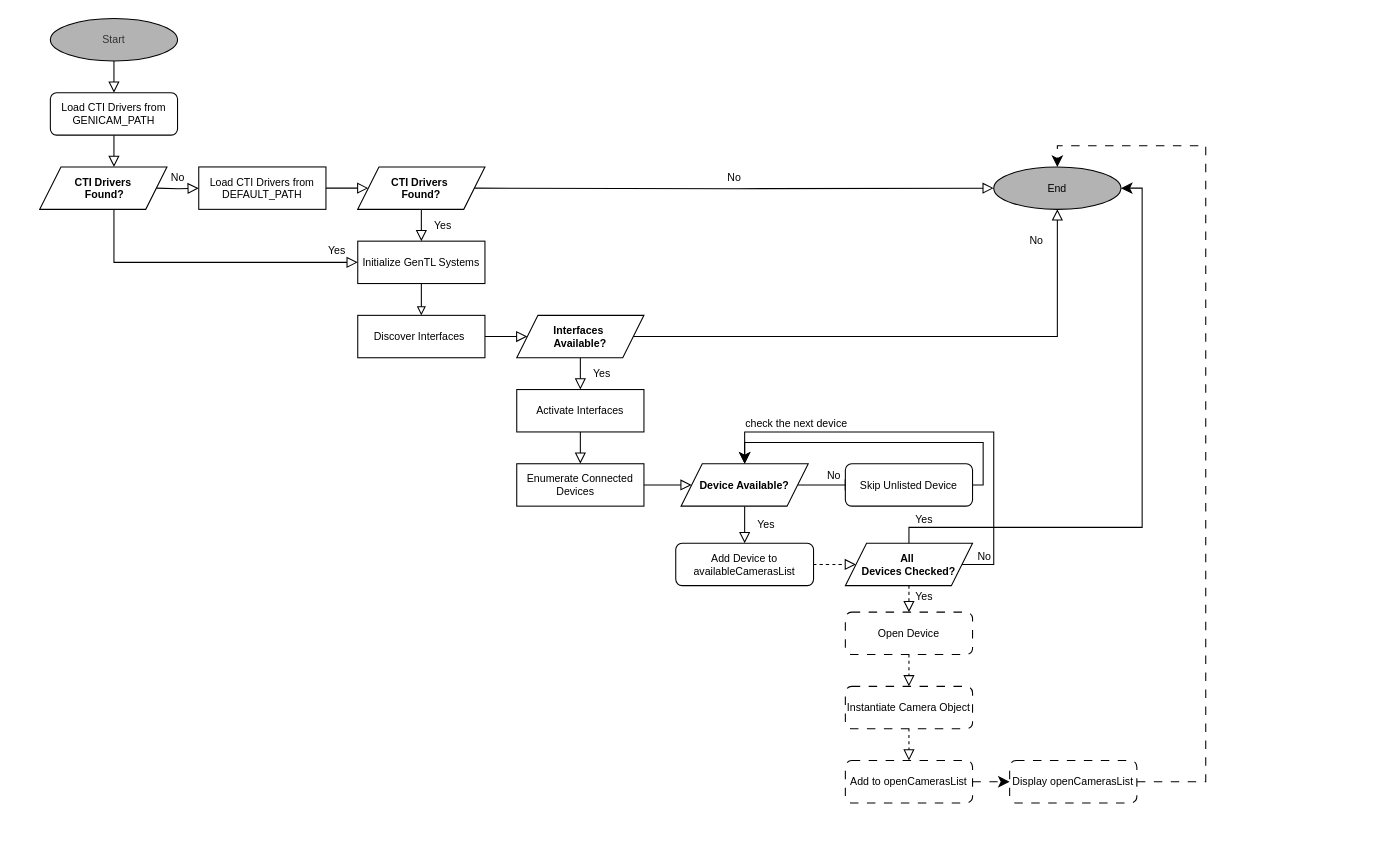
Before: draw.io/Untitled Diagram.drawio in Yessminech/Bachelor_Thesis, a draw.io diagram. Source tidied: cells renumbered, new cells numbered last; positions are measured from the earlier drawing's top-left corner, leaving out a move shared by most shapes. Both pictures are drawn from the tidied source at 106%, with x=0, y=0 at pixel (39, 18).
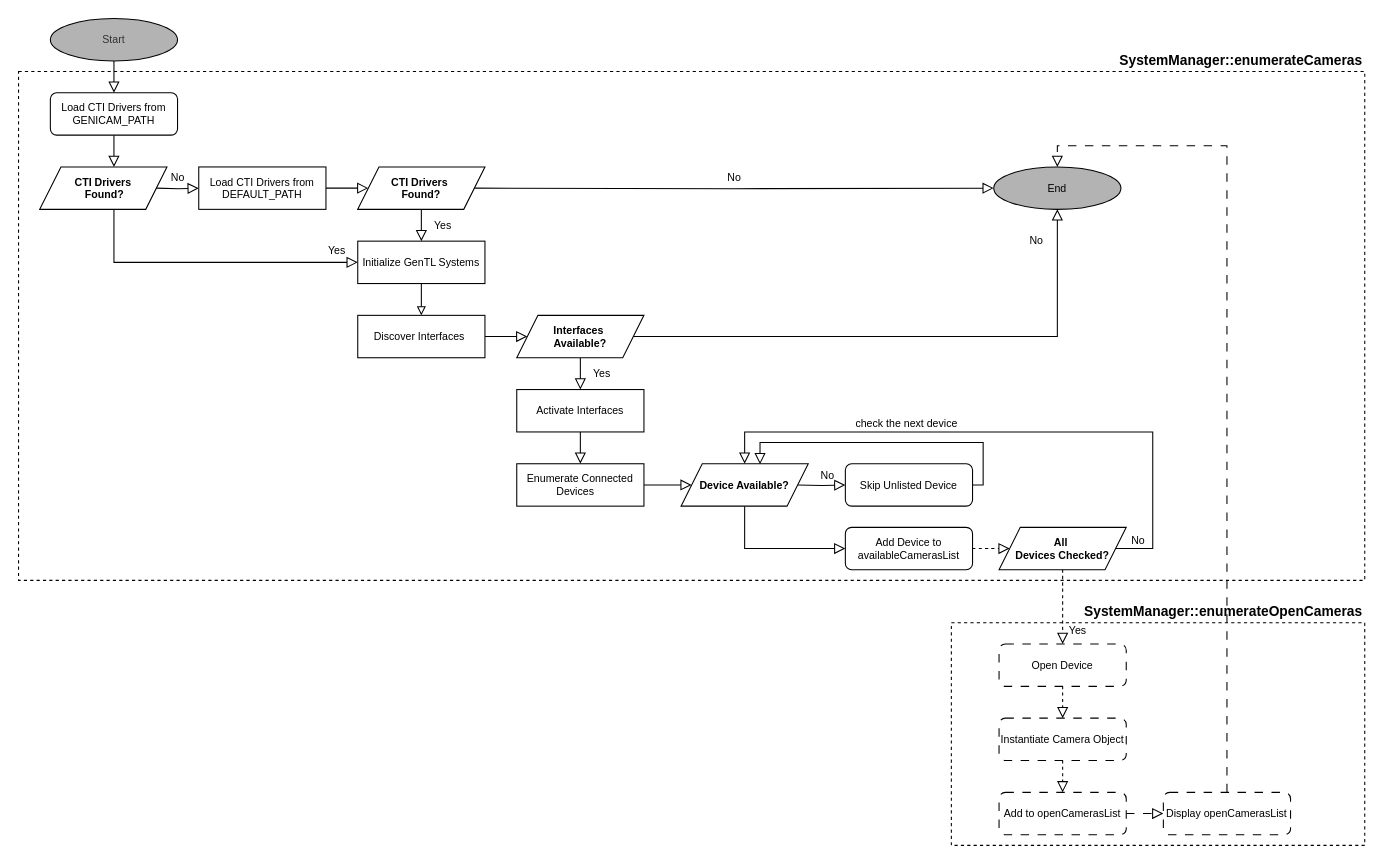
After the change.

The change refers to these unchanged cells:
```xml
<mxCell id="27" value="Skip Unlisted Device" style="rounded=1;whiteSpace=wrap;html=1;fontSize=10;glass=0;strokeWidth=1;shadow=0;fontFamily=Helvetica;align=center;verticalAlign=middle;" parent="1" vertex="1">
  <mxGeometry x="760" y="420" width="120" height="40" as="geometry" />
</mxCell>
<mxCell id="31" value="End" style="ellipse;whiteSpace=wrap;html=1;fillColor=#B3B3B3;align=center;verticalAlign=middle;fontSize=10;" parent="1" vertex="1">
  <mxGeometry x="900" y="140" width="120" height="40" as="geometry" />
</mxCell>
<mxCell id="32" value="&lt;font&gt;Device Available?&lt;/font&gt;" style="shape=parallelogram;perimeter=parallelogramPerimeter;whiteSpace=wrap;html=1;fixedSize=1;align=center;verticalAlign=middle;fontSize=10;fontStyle=1;" parent="1" vertex="1">
  <mxGeometry x="605" y="420" width="120" height="40" as="geometry" />
</mxCell>
```

The edit, as a diff of the source:
```diff
@@
-    <mxCell id="21" style="edgeStyle=orthogonalEdgeStyle;rounded=0;orthogonalLoop=1;jettySize=auto;html=1;endArrow=block;endFill=0;fontFamily=Helvetica;endSize=8;startSize=8;align=center;verticalAlign=middle;fontSize=10;" parent="1" edge="1">
+    <mxCell id="21" style="edgeStyle=orthogonalEdgeStyle;rounded=0;jettySize=auto;html=1;endArrow=block;endFill=0;fontFamily=Helvetica;endSize=8;startSize=8;align=center;verticalAlign=middle;fontSize=10;entryX=0;entryY=0.5;entryDx=0;entryDy=0;" parent="1" edge="1" target="27">
       <mxGeometry relative="1" as="geometry">
         <mxPoint x="715" y="440" as="sourcePoint" />
-        <mxPoint x="770" y="440" as="targetPoint" />
       </mxGeometry>
     </mxCell>
@@
-    <mxCell id="23" value="Yes" style="rounded=0;html=1;jettySize=auto;fontSize=10;endArrow=block;endFill=0;endSize=8;strokeWidth=1;shadow=0;labelBackgroundColor=none;edgeStyle=orthogonalEdgeStyle;exitX=0.5;exitY=1;exitDx=0;exitDy=0;entryX=0.5;entryY=0;entryDx=0;entryDy=0;fontFamily=Helvetica;align=center;verticalAlign=middle;" parent="1" edge="1" source="32" target="25">
+    <mxCell id="23" style="rounded=0;html=1;jettySize=auto;fontSize=10;endArrow=block;endFill=0;endSize=8;strokeWidth=1;shadow=0;labelBackgroundColor=none;edgeStyle=orthogonalEdgeStyle;exitX=0.5;exitY=1;exitDx=0;exitDy=0;fontFamily=Helvetica;align=center;verticalAlign=middle;entryX=0;entryY=0.5;entryDx=0;entryDy=0;" parent="1" edge="1" source="32" target="25">
       <mxGeometry x="-0.01" y="20" relative="1" as="geometry" />
     </mxCell>
@@
     <mxCell id="25" value="Add Device to availableCamerasList" style="rounded=1;whiteSpace=wrap;html=1;fontSize=10;glass=0;strokeWidth=1;shadow=0;fontFamily=Helvetica;align=center;verticalAlign=middle;" parent="1" vertex="1">
-      <mxGeometry x="600" y="495" width="130" height="40" as="geometry" />
+      <mxGeometry x="760" y="480" width="120" height="40" as="geometry" />
     </mxCell>
-    <mxCell id="26" style="edgeStyle=orthogonalEdgeStyle;rounded=0;jettySize=auto;html=1;entryX=0.5;entryY=0;entryDx=0;entryDy=0;fontSize=12;startSize=8;endSize=8;exitX=1;exitY=0.5;exitDx=0;exitDy=0;" parent="1" edge="1" source="27" target="32">
+    <mxCell id="26" style="edgeStyle=orthogonalEdgeStyle;rounded=0;jettySize=auto;html=1;entryX=0.621;entryY=0.013;entryDx=0;entryDy=0;fontSize=12;startSize=8;endSize=8;exitX=1;exitY=0.5;exitDx=0;exitDy=0;entryPerimeter=0;endArrow=block;endFill=0;" parent="1" edge="1" source="27" target="32">
       <mxGeometry relative="1" as="geometry">
         <Array as="points">
           <mxPoint x="890" y="440" />
           <mxPoint x="890" y="400" />
-          <mxPoint x="665" y="400" />
+          <mxPoint x="680" y="400" />
+          <mxPoint x="680" y="421" />
         </Array>
       </mxGeometry>
     </mxCell>
@@
     <mxCell id="28" value="Open Device" style="rounded=1;whiteSpace=wrap;html=1;fontSize=10;glass=0;strokeWidth=1;shadow=0;fontFamily=Helvetica;dashed=1;dashPattern=8 8;align=center;verticalAlign=middle;" parent="1" vertex="1">
-      <mxGeometry x="760" y="560" width="120" height="40" as="geometry" />
+      <mxGeometry x="905" y="590" width="120" height="40" as="geometry" />
     </mxCell>
@@
     <mxCell id="36" style="edgeStyle=none;curved=1;rounded=0;jettySize=auto;html=1;entryX=0.5;entryY=0;entryDx=0;entryDy=0;fontSize=10;startSize=8;endSize=8;endArrow=block;endFill=0;dashed=1;align=center;verticalAlign=middle;" parent="1" edge="1" target="37">
       <mxGeometry relative="1" as="geometry">
-        <mxPoint x="820" y="600" as="sourcePoint" />
+        <mxPoint x="965" y="630" as="sourcePoint" />
       </mxGeometry>
     </mxCell>
     <mxCell id="37" value="Instantiate Camera Object" style="rounded=1;whiteSpace=wrap;html=1;fontSize=10;glass=0;strokeWidth=1;shadow=0;fontFamily=Helvetica;dashed=1;dashPattern=8 8;align=center;verticalAlign=middle;" parent="1" vertex="1">
-      <mxGeometry x="760" y="630" width="120" height="40" as="geometry" />
+      <mxGeometry x="905" y="660" width="120" height="40" as="geometry" />
     </mxCell>
     <mxCell id="38" style="edgeStyle=none;curved=1;rounded=0;jettySize=auto;html=1;entryX=0.5;entryY=0;entryDx=0;entryDy=0;fontSize=10;startSize=8;endSize=8;endArrow=block;endFill=0;dashed=1;align=center;verticalAlign=middle;" parent="1" edge="1" target="40">
       <mxGeometry relative="1" as="geometry">
-        <mxPoint x="820" y="670" as="sourcePoint" />
+        <mxPoint x="965" y="700" as="sourcePoint" />
       </mxGeometry>
     </mxCell>
-    <mxCell id="39" style="edgeStyle=none;curved=1;rounded=0;jettySize=auto;html=1;fontSize=10;startSize=8;endSize=8;dashed=1;dashPattern=8 8;" parent="1" edge="1" source="40" target="43">
+    <mxCell id="39" style="edgeStyle=none;curved=1;rounded=0;jettySize=auto;html=1;fontSize=10;startSize=8;endSize=8;dashed=1;dashPattern=8 8;endArrow=block;endFill=0;" parent="1" edge="1" source="40" target="43">
       <mxGeometry relative="1" as="geometry" />
     </mxCell>
     <mxCell id="40" value="Add to openCamerasList" style="rounded=1;whiteSpace=wrap;html=1;fontSize=10;glass=0;strokeWidth=1;shadow=0;fontFamily=Helvetica;dashed=1;dashPattern=8 8;align=center;verticalAlign=middle;" parent="1" vertex="1">
-      <mxGeometry x="760" y="700" width="120" height="40" as="geometry" />
+      <mxGeometry x="905" y="730" width="120" height="40" as="geometry" />
     </mxCell>
-    <mxCell id="41" style="edgeStyle=orthogonalEdgeStyle;rounded=0;jettySize=auto;html=1;entryX=1;entryY=0.5;entryDx=0;entryDy=0;fontSize=10;startSize=8;endSize=8;exitX=0.5;exitY=0;exitDx=0;exitDy=0;jumpStyle=arc;" parent="1" edge="1" source="47" target="31">
-      <mxGeometry relative="1" as="geometry">
-        <Array as="points">
-          <mxPoint x="820" y="480" />
-          <mxPoint x="1040" y="480" />
-          <mxPoint x="1040" y="160" />
-        </Array>
-      </mxGeometry>
-    </mxCell>
-    <mxCell id="42" style="edgeStyle=orthogonalEdgeStyle;rounded=0;jettySize=auto;html=1;entryX=0.5;entryY=0;entryDx=0;entryDy=0;fontSize=10;startSize=8;endSize=8;dashed=1;dashPattern=8 8;exitX=1;exitY=0.5;exitDx=0;exitDy=0;" parent="1" edge="1" source="43" target="31">
+    <mxCell id="42" style="edgeStyle=orthogonalEdgeStyle;rounded=0;jettySize=auto;html=1;entryX=0.5;entryY=0;entryDx=0;entryDy=0;fontSize=10;startSize=8;endSize=8;dashed=1;dashPattern=8 8;exitX=0.5;exitY=0;exitDx=0;exitDy=0;endArrow=block;endFill=0;" parent="1" edge="1" source="43" target="31">
       <mxGeometry relative="1" as="geometry">
         <Array as="points">
-          <mxPoint x="1100" y="720" />
-          <mxPoint x="1100" y="120" />
+          <mxPoint x="1120" y="120" />
           <mxPoint x="960" y="120" />
         </Array>
       </mxGeometry>
     </mxCell>
     <mxCell id="43" value="Display openCamerasList" style="rounded=1;whiteSpace=wrap;html=1;fontSize=10;glass=0;strokeWidth=1;shadow=0;fontFamily=Helvetica;align=center;verticalAlign=middle;dashed=1;dashPattern=8 8;" parent="1" vertex="1">
-      <mxGeometry x="915" y="700" width="120" height="40" as="geometry" />
+      <mxGeometry x="1060" y="730" width="120" height="40" as="geometry" />
     </mxCell>
     <mxCell id="44" value="check the next device" style="text;whiteSpace=wrap;html=1;fontFamily=Helvetica;fontSize=10;" parent="1" vertex="1">
-      <mxGeometry x="664" y="370" width="150" height="40" as="geometry" />
+      <mxGeometry x="767.5" y="370" width="105" height="20" as="geometry" />
     </mxCell>
@@
-    <mxCell id="46" style="edgeStyle=orthogonalEdgeStyle;rounded=0;jettySize=auto;html=1;entryX=0.5;entryY=0;entryDx=0;entryDy=0;fontSize=12;startSize=8;endSize=8;" parent="1" edge="1" source="47" target="32">
+    <mxCell id="46" style="edgeStyle=orthogonalEdgeStyle;rounded=0;jettySize=auto;html=1;fontSize=12;startSize=8;endSize=8;exitX=1;exitY=0.5;exitDx=0;exitDy=0;endArrow=block;endFill=0;" parent="1" edge="1" source="47" target="32">
       <mxGeometry relative="1" as="geometry">
         <Array as="points">
-          <mxPoint x="900" y="515" />
-          <mxPoint x="900" y="390" />
+          <mxPoint x="1050" y="500" />
+          <mxPoint x="1050" y="390" />
           <mxPoint x="665" y="390" />
         </Array>
       </mxGeometry>
     </mxCell>
     <mxCell id="47" value="&lt;div&gt;All&amp;nbsp;&lt;/div&gt;&lt;div&gt;Devices Checked?&lt;/div&gt;" style="shape=parallelogram;perimeter=parallelogramPerimeter;whiteSpace=wrap;html=1;fixedSize=1;align=center;verticalAlign=middle;fontSize=10;fontStyle=1;" parent="1" vertex="1">
-      <mxGeometry x="760" y="495" width="120" height="40" as="geometry" />
+      <mxGeometry x="905" y="480" width="120" height="40" as="geometry" />
     </mxCell>
     <mxCell id="48" value="&lt;span style=&quot;font-size: 10px;&quot;&gt;Yes&lt;/span&gt;" style="text;html=1;align=center;verticalAlign=middle;strokeColor=none;fillColor=none;fontSize=16;" parent="1" vertex="1">
-      <mxGeometry x="814" y="528" width="40" height="30" as="geometry" />
+      <mxGeometry x="959" y="560" width="40" height="30" as="geometry" />
     </mxCell>
-    <mxCell id="49" value="&lt;span style=&quot;font-size: 10px;&quot;&gt;Yes&lt;/span&gt;" style="text;html=1;align=center;verticalAlign=middle;strokeColor=none;fillColor=none;fontSize=16;" parent="1" vertex="1">
-      <mxGeometry x="814" y="455" width="40" height="30" as="geometry" />
-    </mxCell>
     <mxCell id="50" value="No" style="edgeLabel;html=1;align=center;verticalAlign=middle;fontSize=10;fontFamily=Helvetica;" parent="1" vertex="1">
-      <mxGeometry x="890" y="506" as="geometry" />
+      <mxGeometry x="1035" y="491" as="geometry" />
     </mxCell>
+    <mxCell id="51" value="&lt;b&gt;&lt;font style=&quot;font-size: 13px;&quot;&gt;SystemManager::enumerateCameras&lt;/font&gt;&lt;/b&gt;" style="rounded=0;whiteSpace=wrap;html=1;fillColor=none;dashed=1;align=right;labelPosition=center;verticalLabelPosition=top;verticalAlign=bottom;textDirection=ltr;" parent="1" vertex="1">
+      <mxGeometry x="-20" y="50" width="1270" height="480" as="geometry" />
+    </mxCell>
+    <mxCell id="52" value="&lt;b&gt;&lt;font style=&quot;font-size: 13px;&quot;&gt;SystemManager::enumerateOpenCameras&lt;/font&gt;&lt;/b&gt;" style="rounded=0;whiteSpace=wrap;html=1;fillColor=none;dashed=1;labelPosition=center;verticalLabelPosition=top;align=right;verticalAlign=bottom;" parent="1" vertex="1">
+      <mxGeometry x="860" y="570" width="390" height="210" as="geometry" />
+    </mxCell>
```
